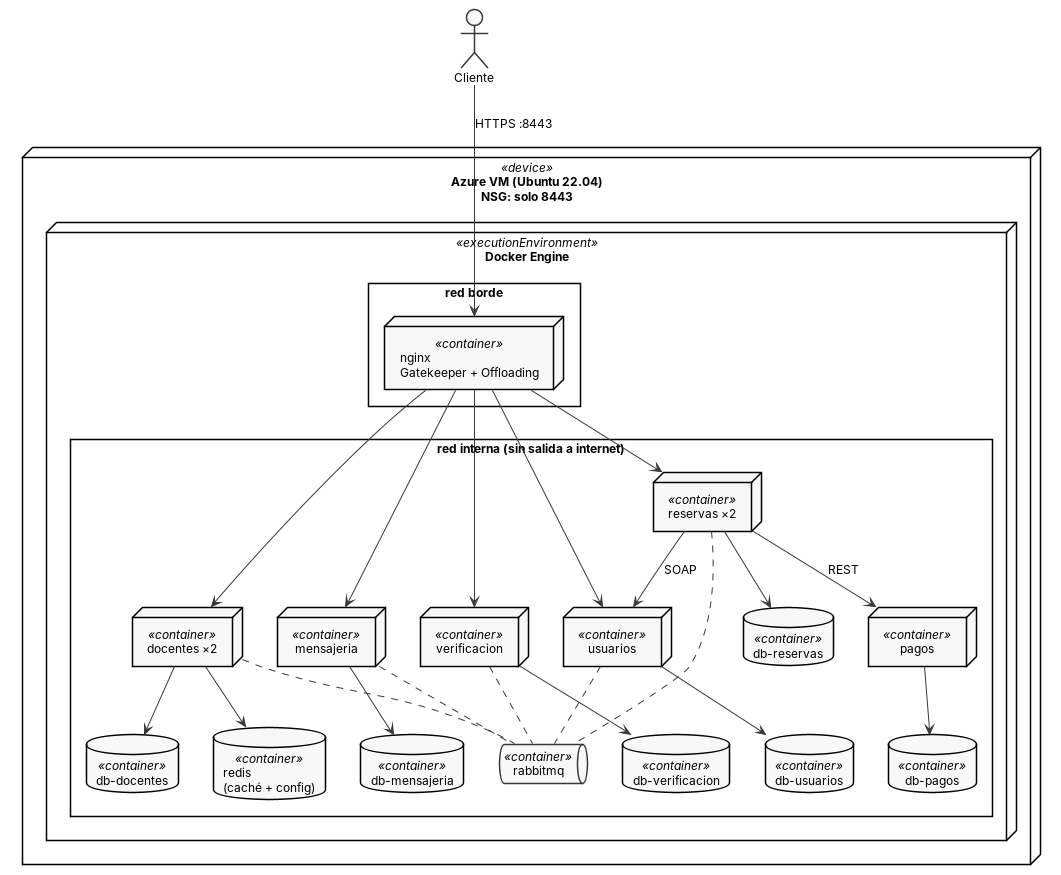
SebastianCuneo/tutorYA keeps this PlantUML diagram as docs/ut5/despliegue.png. Above is the earlier version. Its source is kept beside it as docs/ut5/despliegue.puml.
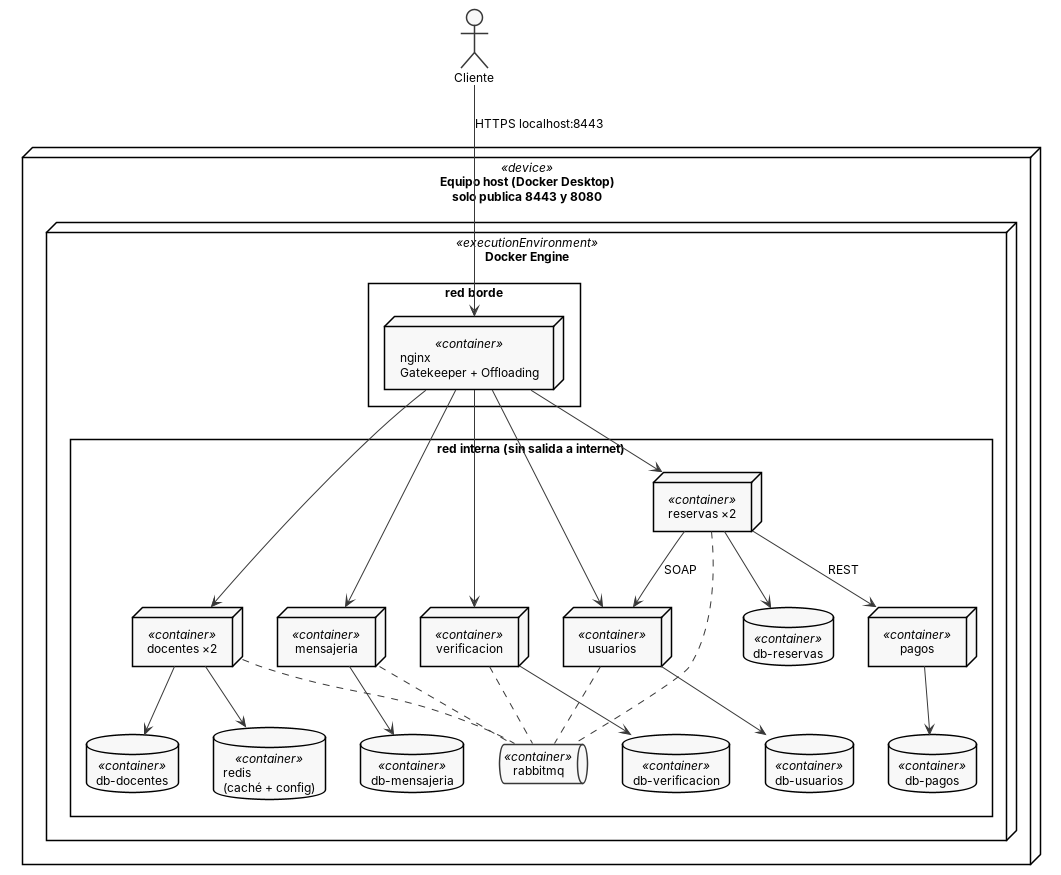
After the change.

Commit message:
UT5: diagrama de despliegue en un equipo host con Docker Compose

Claude-Session: https://claude.ai/code/session_01Mu2WUyvK3Cd1Sy9WUUAcde

Change to the diagram source:
```diff
@@ -6,7 +6,7 @@
 skinparam backgroundColor white
 
 actor Cliente
-node "Azure VM (Ubuntu 22.04)\nNSG: solo 8443" <<device>> as VM {
+node "Equipo host (Docker Desktop)\nsolo publica 8443 y 8080" <<device>> as VM {
   node "Docker Engine" <<executionEnvironment>> as DE {
     rectangle "red borde" {
       node "nginx\nGatekeeper + Offloading" <<container>> as NG
@@ -30,7 +30,7 @@
   }
 }
 
-Cliente --> NG : HTTPS :8443
+Cliente --> NG : HTTPS localhost:8443
 NG --> cu
 NG --> cd
 NG --> cm
```
